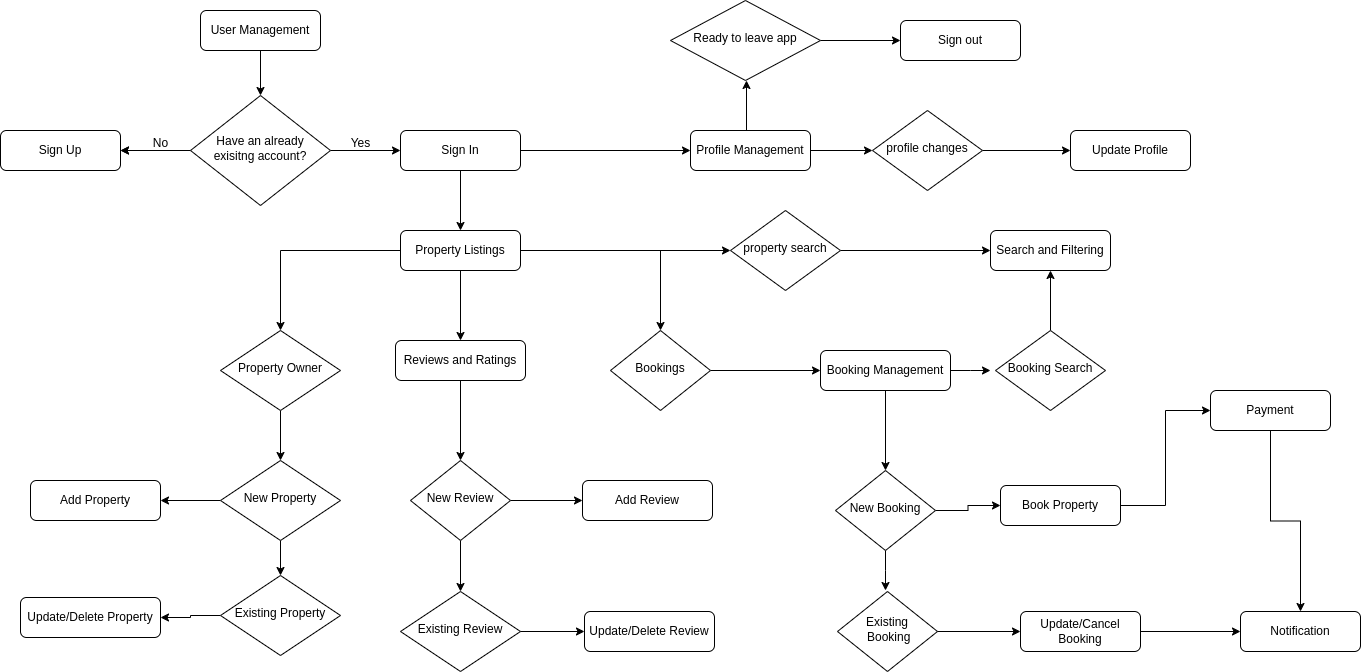
The draw.io diagram use-case-diagram/airbnb_use_case.drawio.png in Lanlokun/alx-airbnb-project-documentation, before a commit. Source tidied: cells renumbered, new cells last; positions are measured from the earlier drawing's top-left corner, leaving out a move shared by most shapes. Source of this version:
```xml
<mxGraphModel>
  <root>
    <mxCell id="0" />
    <mxCell id="1" parent="0" />
    <mxCell id="2" value="Sign Up" style="rounded=1;whiteSpace=wrap;html=1;fontSize=12;glass=0;strokeWidth=1;shadow=0;" parent="1" vertex="1">
      <mxGeometry y="130" width="120" height="40" as="geometry" />
    </mxCell>
    <mxCell id="3" style="edgeStyle=orthogonalEdgeStyle;rounded=0;jettySize=auto;html=1;entryX=0.5;entryY=0;entryDx=0;entryDy=0;" parent="1" edge="1" source="4" target="11">
      <mxGeometry relative="1" as="geometry" />
    </mxCell>
    <mxCell id="4" value="User Management" style="rounded=1;whiteSpace=wrap;html=1;fontSize=12;glass=0;strokeWidth=1;shadow=0;" parent="1" vertex="1">
      <mxGeometry x="200" y="10" width="120" height="40" as="geometry" />
    </mxCell>
    <mxCell id="5" style="edgeStyle=orthogonalEdgeStyle;rounded=0;jettySize=auto;html=1;entryX=0.5;entryY=0;entryDx=0;entryDy=0;" parent="1" edge="1" source="7" target="18">
      <mxGeometry relative="1" as="geometry" />
    </mxCell>
    <mxCell id="6" style="edgeStyle=orthogonalEdgeStyle;rounded=0;jettySize=auto;html=1;" parent="1" edge="1" source="7" target="57">
      <mxGeometry relative="1" as="geometry" />
    </mxCell>
    <mxCell id="7" value="Sign In" style="rounded=1;whiteSpace=wrap;html=1;fontSize=12;glass=0;strokeWidth=1;shadow=0;" parent="1" vertex="1">
      <mxGeometry x="400" y="130" width="120" height="40" as="geometry" />
    </mxCell>
    <mxCell id="8" style="edgeStyle=orthogonalEdgeStyle;rounded=0;jettySize=auto;html=1;entryX=0;entryY=0.5;entryDx=0;entryDy=0;" parent="1" edge="1" source="11" target="7">
      <mxGeometry relative="1" as="geometry" />
    </mxCell>
    <mxCell id="9" style="edgeStyle=orthogonalEdgeStyle;rounded=0;jettySize=auto;html=1;entryX=1;entryY=0.5;entryDx=0;entryDy=0;" parent="1" edge="1" source="11" target="2">
      <mxGeometry relative="1" as="geometry" />
    </mxCell>
    <mxCell id="10" style="edgeStyle=orthogonalEdgeStyle;rounded=0;jettySize=auto;html=1;" parent="1" edge="1" source="11" target="2">
      <mxGeometry relative="1" as="geometry" />
    </mxCell>
    <mxCell id="11" value="Have an already exisitng account?" style="rhombus;whiteSpace=wrap;html=1;shadow=0;fontFamily=Helvetica;fontSize=12;align=center;strokeWidth=1;spacing=6;spacingTop=-4;" parent="1" vertex="1">
      <mxGeometry x="190" y="95" width="140" height="110" as="geometry" />
    </mxCell>
    <mxCell id="12" value="Yes" style="text;html=1;align=center;verticalAlign=middle;strokeColor=none;fillColor=none;" parent="1" vertex="1">
      <mxGeometry x="340" y="128" width="40" height="30" as="geometry" />
    </mxCell>
    <mxCell id="13" value="No" style="text;html=1;align=center;verticalAlign=middle;strokeColor=none;fillColor=none;" parent="1" vertex="1">
      <mxGeometry x="140" y="128" width="40" height="30" as="geometry" />
    </mxCell>
    <mxCell id="14" style="edgeStyle=orthogonalEdgeStyle;rounded=0;jettySize=auto;html=1;entryX=0.5;entryY=0;entryDx=0;entryDy=0;" parent="1" edge="1" source="18" target="25">
      <mxGeometry relative="1" as="geometry" />
    </mxCell>
    <mxCell id="15" style="edgeStyle=orthogonalEdgeStyle;rounded=0;jettySize=auto;html=1;entryX=0.5;entryY=0;entryDx=0;entryDy=0;" parent="1" edge="1" source="18" target="27">
      <mxGeometry relative="1" as="geometry" />
    </mxCell>
    <mxCell id="16" style="edgeStyle=orthogonalEdgeStyle;rounded=0;jettySize=auto;html=1;entryX=0.5;entryY=0;entryDx=0;entryDy=0;" parent="1" edge="1" source="18" target="20">
      <mxGeometry relative="1" as="geometry" />
    </mxCell>
    <mxCell id="17" style="edgeStyle=orthogonalEdgeStyle;rounded=0;jettySize=auto;html=1;" parent="1" edge="1" source="18" target="65">
      <mxGeometry relative="1" as="geometry" />
    </mxCell>
    <mxCell id="18" value="Property Listings" style="rounded=1;whiteSpace=wrap;html=1;fontSize=12;glass=0;strokeWidth=1;shadow=0;" parent="1" vertex="1">
      <mxGeometry x="400" y="230" width="120" height="40" as="geometry" />
    </mxCell>
    <mxCell id="19" style="edgeStyle=orthogonalEdgeStyle;rounded=0;jettySize=auto;html=1;entryX=0.5;entryY=0;entryDx=0;entryDy=0;" parent="1" edge="1" source="20" target="50">
      <mxGeometry relative="1" as="geometry" />
    </mxCell>
    <mxCell id="20" value="Reviews and Ratings" style="rounded=1;whiteSpace=wrap;html=1;fontSize=12;glass=0;strokeWidth=1;shadow=0;" parent="1" vertex="1">
      <mxGeometry x="395" y="340" width="130" height="40" as="geometry" />
    </mxCell>
    <mxCell id="21" style="edgeStyle=orthogonalEdgeStyle;rounded=0;jettySize=auto;html=1;" parent="1" edge="1" source="23" target="37">
      <mxGeometry relative="1" as="geometry" />
    </mxCell>
    <mxCell id="22" style="edgeStyle=orthogonalEdgeStyle;rounded=0;jettySize=auto;html=1;" parent="1" edge="1" source="23">
      <mxGeometry relative="1" as="geometry">
        <mxPoint x="990" y="370" as="targetPoint" />
      </mxGeometry>
    </mxCell>
    <mxCell id="23" value="Booking Management" style="rounded=1;whiteSpace=wrap;html=1;fontSize=12;glass=0;strokeWidth=1;shadow=0;" parent="1" vertex="1">
      <mxGeometry x="820" y="350" width="130" height="40" as="geometry" />
    </mxCell>
    <mxCell id="24" style="edgeStyle=orthogonalEdgeStyle;rounded=0;jettySize=auto;html=1;entryX=0;entryY=0.5;entryDx=0;entryDy=0;" parent="1" edge="1" source="25" target="23">
      <mxGeometry relative="1" as="geometry" />
    </mxCell>
    <mxCell id="25" value="Bookings" style="rhombus;whiteSpace=wrap;html=1;shadow=0;fontFamily=Helvetica;fontSize=12;align=center;strokeWidth=1;spacing=6;spacingTop=-4;" parent="1" vertex="1">
      <mxGeometry x="610" y="330" width="100" height="80" as="geometry" />
    </mxCell>
    <mxCell id="26" style="edgeStyle=orthogonalEdgeStyle;rounded=0;jettySize=auto;html=1;entryX=0.5;entryY=0;entryDx=0;entryDy=0;" parent="1" edge="1" source="27" target="31">
      <mxGeometry relative="1" as="geometry" />
    </mxCell>
    <mxCell id="27" value="Property Owner" style="rhombus;whiteSpace=wrap;html=1;shadow=0;fontFamily=Helvetica;fontSize=12;align=center;strokeWidth=1;spacing=6;spacingTop=-4;" parent="1" vertex="1">
      <mxGeometry x="220" y="330" width="120" height="80" as="geometry" />
    </mxCell>
    <mxCell id="28" value="Add Property" style="rounded=1;whiteSpace=wrap;html=1;fontSize=12;glass=0;strokeWidth=1;shadow=0;" parent="1" vertex="1">
      <mxGeometry x="30" y="480" width="130" height="40" as="geometry" />
    </mxCell>
    <mxCell id="29" style="edgeStyle=orthogonalEdgeStyle;rounded=0;jettySize=auto;html=1;entryX=0.5;entryY=0;entryDx=0;entryDy=0;" parent="1" edge="1" source="31" target="33">
      <mxGeometry relative="1" as="geometry" />
    </mxCell>
    <mxCell id="30" style="edgeStyle=orthogonalEdgeStyle;rounded=0;jettySize=auto;html=1;entryX=1;entryY=0.5;entryDx=0;entryDy=0;" parent="1" edge="1" source="31" target="28">
      <mxGeometry relative="1" as="geometry" />
    </mxCell>
    <mxCell id="31" value="New Property" style="rhombus;whiteSpace=wrap;html=1;shadow=0;fontFamily=Helvetica;fontSize=12;align=center;strokeWidth=1;spacing=6;spacingTop=-4;" parent="1" vertex="1">
      <mxGeometry x="220" y="460" width="120" height="80" as="geometry" />
    </mxCell>
    <mxCell id="32" style="edgeStyle=orthogonalEdgeStyle;rounded=0;jettySize=auto;html=1;entryX=1;entryY=0.5;entryDx=0;entryDy=0;" parent="1" edge="1" source="33" target="34">
      <mxGeometry relative="1" as="geometry" />
    </mxCell>
    <mxCell id="33" value="Existing Property" style="rhombus;whiteSpace=wrap;html=1;shadow=0;fontFamily=Helvetica;fontSize=12;align=center;strokeWidth=1;spacing=6;spacingTop=-4;" parent="1" vertex="1">
      <mxGeometry x="220" y="575" width="120" height="80" as="geometry" />
    </mxCell>
    <mxCell id="34" value="Update/Delete Property" style="rounded=1;whiteSpace=wrap;html=1;fontSize=12;glass=0;strokeWidth=1;shadow=0;" parent="1" vertex="1">
      <mxGeometry x="20" y="597" width="140" height="40" as="geometry" />
    </mxCell>
    <mxCell id="35" style="edgeStyle=orthogonalEdgeStyle;rounded=0;jettySize=auto;html=1;entryX=0;entryY=0.5;entryDx=0;entryDy=0;" parent="1" edge="1" source="37" target="41">
      <mxGeometry relative="1" as="geometry" />
    </mxCell>
    <mxCell id="36" style="edgeStyle=orthogonalEdgeStyle;rounded=0;jettySize=auto;html=1;" parent="1" edge="1" source="37">
      <mxGeometry relative="1" as="geometry">
        <mxPoint x="885" y="590" as="targetPoint" />
      </mxGeometry>
    </mxCell>
    <mxCell id="37" value="New Booking" style="rhombus;whiteSpace=wrap;html=1;shadow=0;fontFamily=Helvetica;fontSize=12;align=center;strokeWidth=1;spacing=6;spacingTop=-4;" parent="1" vertex="1">
      <mxGeometry x="835" y="470" width="100" height="80" as="geometry" />
    </mxCell>
    <mxCell id="38" style="edgeStyle=orthogonalEdgeStyle;rounded=0;jettySize=auto;html=1;entryX=0;entryY=0.5;entryDx=0;entryDy=0;" parent="1" edge="1" source="39" target="43">
      <mxGeometry relative="1" as="geometry" />
    </mxCell>
    <mxCell id="39" value="Existing&lt;div&gt;&amp;nbsp;Booking&lt;/div&gt;" style="rhombus;whiteSpace=wrap;html=1;shadow=0;fontFamily=Helvetica;fontSize=12;align=center;strokeWidth=1;spacing=6;spacingTop=-4;" parent="1" vertex="1">
      <mxGeometry x="837" y="591" width="100" height="80" as="geometry" />
    </mxCell>
    <mxCell id="40" style="edgeStyle=orthogonalEdgeStyle;rounded=0;jettySize=auto;html=1;entryX=0;entryY=0.5;entryDx=0;entryDy=0;" parent="1" edge="1" source="41" target="45">
      <mxGeometry relative="1" as="geometry" />
    </mxCell>
    <mxCell id="41" value="Book Property" style="rounded=1;whiteSpace=wrap;html=1;fontSize=12;glass=0;strokeWidth=1;shadow=0;" parent="1" vertex="1">
      <mxGeometry x="1000" y="485" width="120" height="40" as="geometry" />
    </mxCell>
    <mxCell id="42" style="edgeStyle=orthogonalEdgeStyle;rounded=0;jettySize=auto;html=1;entryX=0;entryY=0.5;entryDx=0;entryDy=0;" parent="1" edge="1" source="43" target="46">
      <mxGeometry relative="1" as="geometry" />
    </mxCell>
    <mxCell id="43" value="Update/Cancel Booking" style="rounded=1;whiteSpace=wrap;html=1;fontSize=12;glass=0;strokeWidth=1;shadow=0;" parent="1" vertex="1">
      <mxGeometry x="1020" y="611" width="120" height="40" as="geometry" />
    </mxCell>
    <mxCell id="44" style="edgeStyle=orthogonalEdgeStyle;rounded=0;jettySize=auto;html=1;entryX=0.5;entryY=0;entryDx=0;entryDy=0;" parent="1" edge="1" source="45" target="46">
      <mxGeometry relative="1" as="geometry" />
    </mxCell>
    <mxCell id="45" value="Payment" style="rounded=1;whiteSpace=wrap;html=1;fontSize=12;glass=0;strokeWidth=1;shadow=0;" parent="1" vertex="1">
      <mxGeometry x="1210" y="390" width="120" height="40" as="geometry" />
    </mxCell>
    <mxCell id="46" value="Notification" style="rounded=1;whiteSpace=wrap;html=1;fontSize=12;glass=0;strokeWidth=1;shadow=0;" parent="1" vertex="1">
      <mxGeometry x="1240" y="611" width="120" height="40" as="geometry" />
    </mxCell>
    <mxCell id="47" value="Search and Filtering" style="rounded=1;whiteSpace=wrap;html=1;fontSize=12;glass=0;strokeWidth=1;shadow=0;" parent="1" vertex="1">
      <mxGeometry x="990" y="230" width="120" height="40" as="geometry" />
    </mxCell>
    <mxCell id="48" style="edgeStyle=orthogonalEdgeStyle;rounded=0;jettySize=auto;html=1;" parent="1" edge="1" source="50" target="53">
      <mxGeometry relative="1" as="geometry" />
    </mxCell>
    <mxCell id="49" style="edgeStyle=orthogonalEdgeStyle;rounded=0;jettySize=auto;html=1;entryX=0;entryY=0.5;entryDx=0;entryDy=0;" parent="1" edge="1" source="50" target="51">
      <mxGeometry relative="1" as="geometry" />
    </mxCell>
    <mxCell id="50" value="New Review" style="rhombus;whiteSpace=wrap;html=1;shadow=0;fontFamily=Helvetica;fontSize=12;align=center;strokeWidth=1;spacing=6;spacingTop=-4;" parent="1" vertex="1">
      <mxGeometry x="410" y="460" width="100" height="80" as="geometry" />
    </mxCell>
    <mxCell id="51" value="Add Review" style="rounded=1;whiteSpace=wrap;html=1;fontSize=12;glass=0;strokeWidth=1;shadow=0;" parent="1" vertex="1">
      <mxGeometry x="582" y="480" width="130" height="40" as="geometry" />
    </mxCell>
    <mxCell id="52" style="edgeStyle=orthogonalEdgeStyle;rounded=0;jettySize=auto;html=1;entryX=0;entryY=0.5;entryDx=0;entryDy=0;" parent="1" edge="1" source="53" target="54">
      <mxGeometry relative="1" as="geometry" />
    </mxCell>
    <mxCell id="53" value="Existing Review" style="rhombus;whiteSpace=wrap;html=1;shadow=0;fontFamily=Helvetica;fontSize=12;align=center;strokeWidth=1;spacing=6;spacingTop=-4;" parent="1" vertex="1">
      <mxGeometry x="400" y="591" width="120" height="80" as="geometry" />
    </mxCell>
    <mxCell id="54" value="Update/Delete Review" style="rounded=1;whiteSpace=wrap;html=1;fontSize=12;glass=0;strokeWidth=1;shadow=0;" parent="1" vertex="1">
      <mxGeometry x="584" y="611" width="130" height="40" as="geometry" />
    </mxCell>
    <mxCell id="55" style="edgeStyle=orthogonalEdgeStyle;rounded=0;orthogonalLoop=1;jettySize=auto;html=1;" parent="1" edge="1">
      <mxGeometry relative="1" as="geometry">
        <mxPoint x="746" y="130" as="sourcePoint" />
        <mxPoint x="746" y="80" as="targetPoint" />
      </mxGeometry>
    </mxCell>
    <mxCell id="56" style="edgeStyle=orthogonalEdgeStyle;rounded=0;jettySize=auto;html=1;entryX=0;entryY=0.5;entryDx=0;entryDy=0;" parent="1" edge="1" source="57" target="63">
      <mxGeometry relative="1" as="geometry" />
    </mxCell>
    <mxCell id="57" value="Profile Management" style="rounded=1;whiteSpace=wrap;html=1;fontSize=12;glass=0;strokeWidth=1;shadow=0;" parent="1" vertex="1">
      <mxGeometry x="690" y="130" width="120" height="40" as="geometry" />
    </mxCell>
    <mxCell id="58" value="Update Profile" style="rounded=1;whiteSpace=wrap;html=1;fontSize=12;glass=0;strokeWidth=1;shadow=0;" parent="1" vertex="1">
      <mxGeometry x="1070" y="130" width="120" height="40" as="geometry" />
    </mxCell>
    <mxCell id="59" value="Sign out" style="rounded=1;whiteSpace=wrap;html=1;fontSize=12;glass=0;strokeWidth=1;shadow=0;" parent="1" vertex="1">
      <mxGeometry x="900" y="20" width="120" height="40" as="geometry" />
    </mxCell>
    <mxCell id="60" style="edgeStyle=orthogonalEdgeStyle;rounded=0;jettySize=auto;html=1;entryX=0;entryY=0.5;entryDx=0;entryDy=0;" parent="1" edge="1" source="61" target="59">
      <mxGeometry relative="1" as="geometry" />
    </mxCell>
    <mxCell id="61" value="Ready to leave app" style="rhombus;whiteSpace=wrap;html=1;shadow=0;fontFamily=Helvetica;fontSize=12;align=center;strokeWidth=1;spacing=6;spacingTop=-4;" parent="1" vertex="1">
      <mxGeometry x="670" width="150" height="80" as="geometry" />
    </mxCell>
    <mxCell id="62" style="edgeStyle=orthogonalEdgeStyle;rounded=0;jettySize=auto;html=1;entryX=0;entryY=0.5;entryDx=0;entryDy=0;" parent="1" edge="1" source="63" target="58">
      <mxGeometry relative="1" as="geometry" />
    </mxCell>
    <mxCell id="63" value="profile changes" style="rhombus;whiteSpace=wrap;html=1;shadow=0;fontFamily=Helvetica;fontSize=12;align=center;strokeWidth=1;spacing=6;spacingTop=-4;" parent="1" vertex="1">
      <mxGeometry x="872" y="110" width="110" height="80" as="geometry" />
    </mxCell>
    <mxCell id="64" style="edgeStyle=orthogonalEdgeStyle;rounded=0;jettySize=auto;html=1;entryX=0;entryY=0.5;entryDx=0;entryDy=0;" parent="1" edge="1" source="65" target="47">
      <mxGeometry relative="1" as="geometry" />
    </mxCell>
    <mxCell id="65" value="property search" style="rhombus;whiteSpace=wrap;html=1;shadow=0;fontFamily=Helvetica;fontSize=12;align=center;strokeWidth=1;spacing=6;spacingTop=-4;" parent="1" vertex="1">
      <mxGeometry x="730" y="210" width="110" height="80" as="geometry" />
    </mxCell>
    <mxCell id="66" style="edgeStyle=orthogonalEdgeStyle;rounded=0;jettySize=auto;html=1;entryX=0.5;entryY=1;entryDx=0;entryDy=0;" parent="1" edge="1" source="67" target="47">
      <mxGeometry relative="1" as="geometry" />
    </mxCell>
    <mxCell id="67" value="Booking Search" style="rhombus;whiteSpace=wrap;html=1;shadow=0;fontFamily=Helvetica;fontSize=12;align=center;strokeWidth=1;spacing=6;spacingTop=-4;" parent="1" vertex="1">
      <mxGeometry x="995" y="330" width="110" height="80" as="geometry" />
    </mxCell>
  </root>
</mxGraphModel>
```
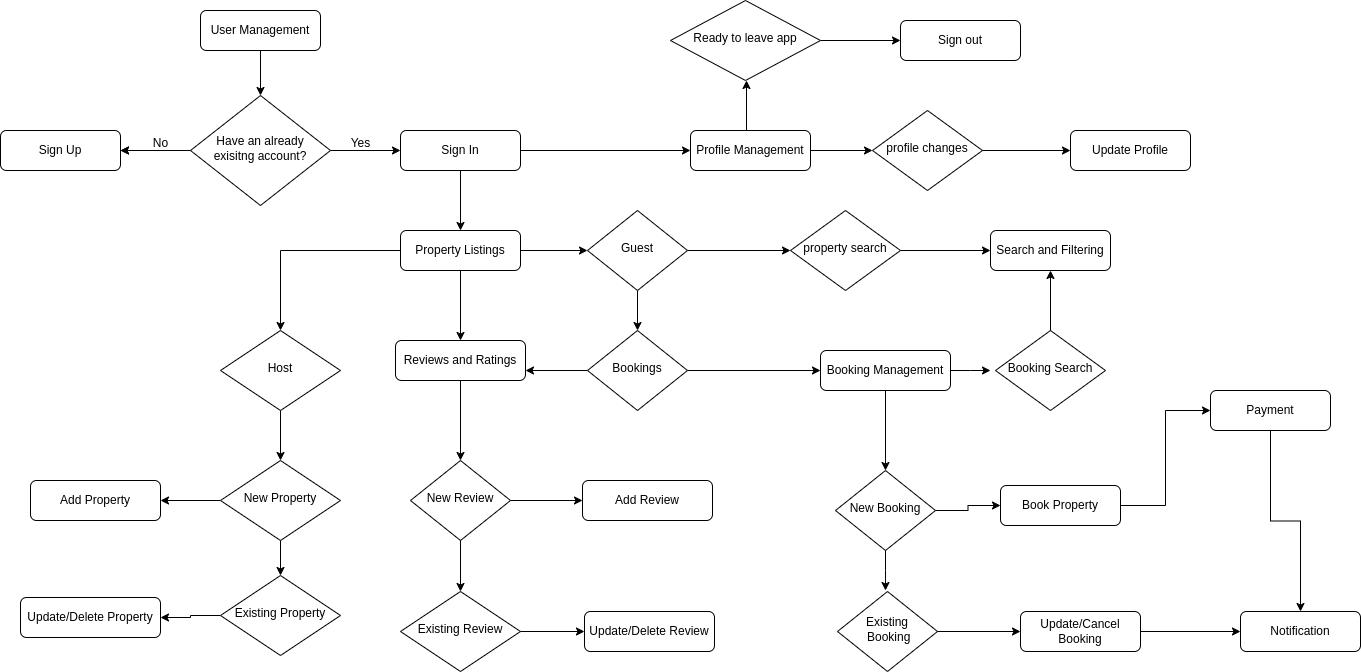
Later version of the same file.

Commit message:
use case diagram

Change to the diagram source:
```diff
@@ -38,18 +38,15 @@
     <mxCell id="13" value="No" style="text;html=1;align=center;verticalAlign=middle;strokeColor=none;fillColor=none;" parent="1" vertex="1">
       <mxGeometry x="140" y="128" width="40" height="30" as="geometry" />
     </mxCell>
-    <mxCell id="14" style="edgeStyle=orthogonalEdgeStyle;rounded=0;jettySize=auto;html=1;entryX=0.5;entryY=0;entryDx=0;entryDy=0;" parent="1" edge="1" source="18" target="25">
-      <mxGeometry relative="1" as="geometry" />
-    </mxCell>
     <mxCell id="15" style="edgeStyle=orthogonalEdgeStyle;rounded=0;jettySize=auto;html=1;entryX=0.5;entryY=0;entryDx=0;entryDy=0;" parent="1" edge="1" source="18" target="27">
       <mxGeometry relative="1" as="geometry" />
     </mxCell>
     <mxCell id="16" style="edgeStyle=orthogonalEdgeStyle;rounded=0;jettySize=auto;html=1;entryX=0.5;entryY=0;entryDx=0;entryDy=0;" parent="1" edge="1" source="18" target="20">
       <mxGeometry relative="1" as="geometry" />
     </mxCell>
-    <mxCell id="17" style="edgeStyle=orthogonalEdgeStyle;rounded=0;jettySize=auto;html=1;" parent="1" edge="1" source="18" target="65">
-      <mxGeometry relative="1" as="geometry" />
-    </mxCell>
+    <mxCell id="68" style="edgeStyle=orthogonalEdgeStyle;rounded=0;jettySize=auto;html=1;" parent="1" edge="1" source="18" target="72">
+      <mxGeometry relative="1" as="geometry" />
+    </mxCell>
     <mxCell id="18" value="Property Listings" style="rounded=1;whiteSpace=wrap;html=1;fontSize=12;glass=0;strokeWidth=1;shadow=0;" parent="1" vertex="1">
       <mxGeometry x="400" y="230" width="120" height="40" as="geometry" />
     </mxCell>
@@ -73,13 +70,16 @@
     <mxCell id="24" style="edgeStyle=orthogonalEdgeStyle;rounded=0;jettySize=auto;html=1;entryX=0;entryY=0.5;entryDx=0;entryDy=0;" parent="1" edge="1" source="25" target="23">
       <mxGeometry relative="1" as="geometry" />
     </mxCell>
+    <mxCell id="69" style="edgeStyle=orthogonalEdgeStyle;rounded=0;jettySize=auto;html=1;entryX=1;entryY=0.75;entryDx=0;entryDy=0;" parent="1" edge="1" source="25" target="20">
+      <mxGeometry relative="1" as="geometry" />
+    </mxCell>
     <mxCell id="25" value="Bookings" style="rhombus;whiteSpace=wrap;html=1;shadow=0;fontFamily=Helvetica;fontSize=12;align=center;strokeWidth=1;spacing=6;spacingTop=-4;" parent="1" vertex="1">
-      <mxGeometry x="610" y="330" width="100" height="80" as="geometry" />
+      <mxGeometry x="587" y="330" width="100" height="80" as="geometry" />
     </mxCell>
     <mxCell id="26" style="edgeStyle=orthogonalEdgeStyle;rounded=0;jettySize=auto;html=1;entryX=0.5;entryY=0;entryDx=0;entryDy=0;" parent="1" edge="1" source="27" target="31">
       <mxGeometry relative="1" as="geometry" />
     </mxCell>
-    <mxCell id="27" value="Property Owner" style="rhombus;whiteSpace=wrap;html=1;shadow=0;fontFamily=Helvetica;fontSize=12;align=center;strokeWidth=1;spacing=6;spacingTop=-4;" parent="1" vertex="1">
+    <mxCell id="27" value="Host" style="rhombus;whiteSpace=wrap;html=1;shadow=0;fontFamily=Helvetica;fontSize=12;align=center;strokeWidth=1;spacing=6;spacingTop=-4;" parent="1" vertex="1">
       <mxGeometry x="220" y="330" width="120" height="80" as="geometry" />
     </mxCell>
     <mxCell id="28" value="Add Property" style="rounded=1;whiteSpace=wrap;html=1;fontSize=12;glass=0;strokeWidth=1;shadow=0;" parent="1" vertex="1">
@@ -199,7 +199,7 @@
       <mxGeometry relative="1" as="geometry" />
     </mxCell>
     <mxCell id="65" value="property search" style="rhombus;whiteSpace=wrap;html=1;shadow=0;fontFamily=Helvetica;fontSize=12;align=center;strokeWidth=1;spacing=6;spacingTop=-4;" parent="1" vertex="1">
-      <mxGeometry x="730" y="210" width="110" height="80" as="geometry" />
+      <mxGeometry x="790" y="210" width="110" height="80" as="geometry" />
     </mxCell>
     <mxCell id="66" style="edgeStyle=orthogonalEdgeStyle;rounded=0;jettySize=auto;html=1;entryX=0.5;entryY=1;entryDx=0;entryDy=0;" parent="1" edge="1" source="67" target="47">
       <mxGeometry relative="1" as="geometry" />
@@ -207,5 +207,14 @@
     <mxCell id="67" value="Booking Search" style="rhombus;whiteSpace=wrap;html=1;shadow=0;fontFamily=Helvetica;fontSize=12;align=center;strokeWidth=1;spacing=6;spacingTop=-4;" parent="1" vertex="1">
       <mxGeometry x="995" y="330" width="110" height="80" as="geometry" />
     </mxCell>
+    <mxCell id="70" style="edgeStyle=orthogonalEdgeStyle;rounded=0;jettySize=auto;html=1;entryX=0.5;entryY=0;entryDx=0;entryDy=0;" parent="1" edge="1" source="72" target="25">
+      <mxGeometry relative="1" as="geometry" />
+    </mxCell>
+    <mxCell id="71" style="edgeStyle=orthogonalEdgeStyle;rounded=0;jettySize=auto;html=1;entryX=0;entryY=0.5;entryDx=0;entryDy=0;" parent="1" edge="1" source="72" target="65">
+      <mxGeometry relative="1" as="geometry" />
+    </mxCell>
+    <mxCell id="72" value="Guest" style="rhombus;whiteSpace=wrap;html=1;shadow=0;fontFamily=Helvetica;fontSize=12;align=center;strokeWidth=1;spacing=6;spacingTop=-4;" parent="1" vertex="1">
+      <mxGeometry x="587" y="210" width="100" height="80" as="geometry" />
+    </mxCell>
   </root>
 </mxGraphModel>
```
